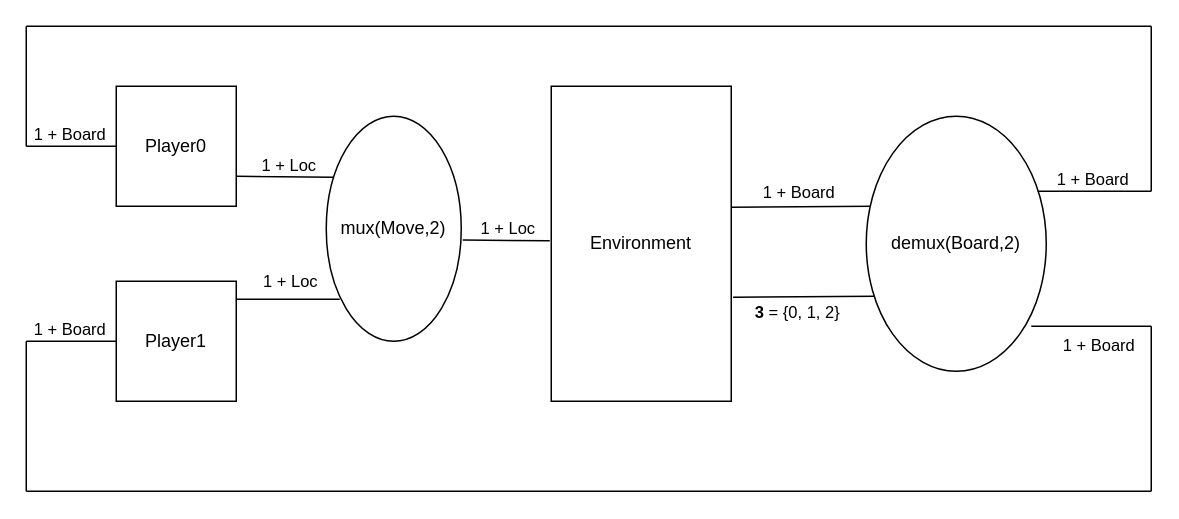
Before: assets/images/gameloop/tictactoe-full.drawio in kevinclancy/blog, a draw.io diagram. Source tidied: cells renumbered, new cells numbered last; positions are measured from the earlier drawing's top-left corner, leaving out a move shared by most shapes. Both pictures are drawn from the tidied source at 150%, with x=0, y=0 at pixel (26, 26).
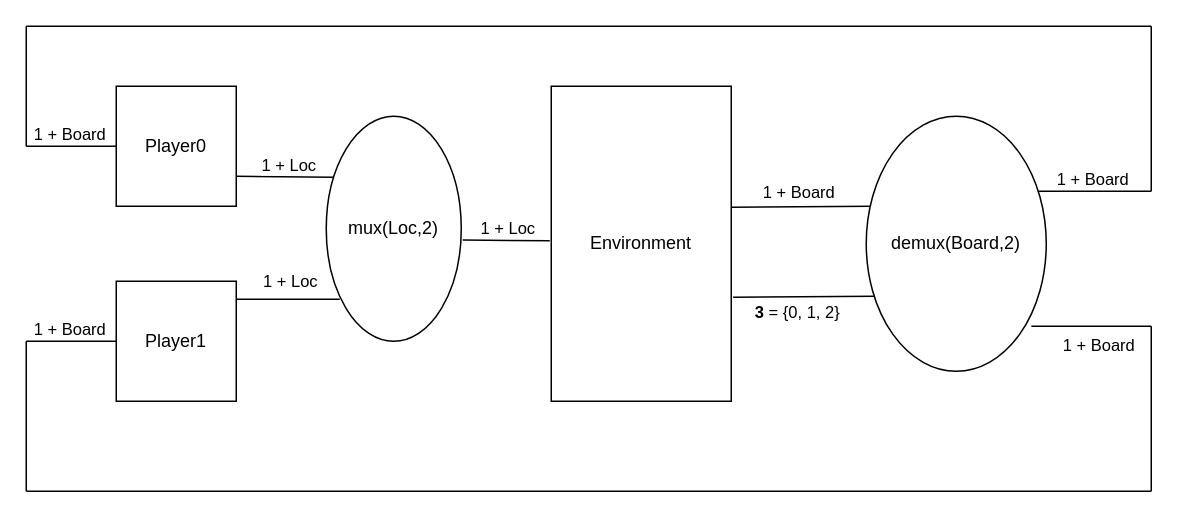
Above is the later version.

Change to the diagram source:
```diff
@@
-    <mxCell id="4" value="mux(Move,2)" style="ellipse;whiteSpace=wrap;html=1;" parent="1" vertex="1">
+    <mxCell id="4" value="mux(Loc,2)" style="ellipse;whiteSpace=wrap;html=1;" parent="1" vertex="1">
       <mxGeometry x="200" y="60" width="90" height="150" as="geometry" />
     </mxCell>
```
